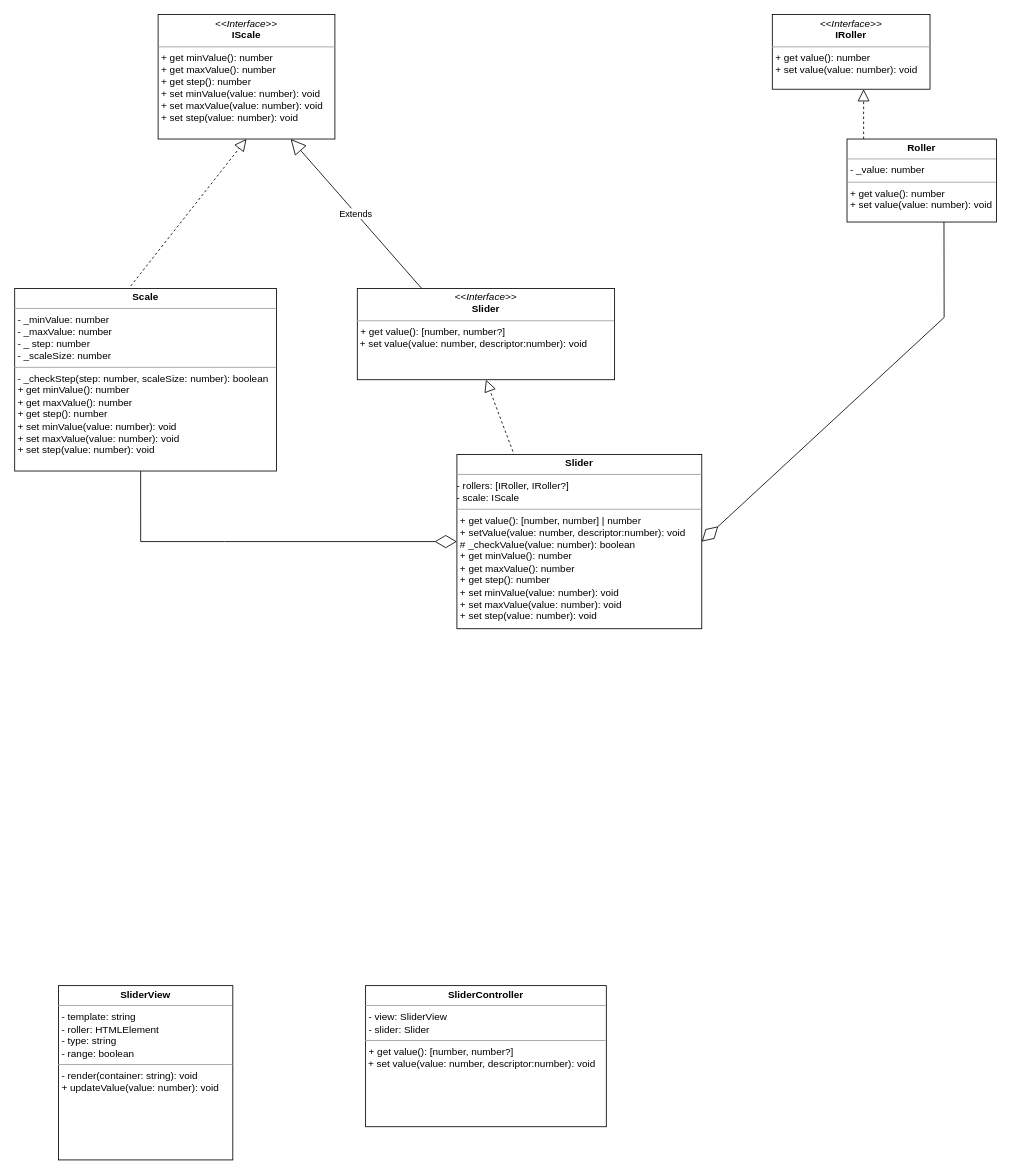
This is documentation/uml-diagram.variant 2.drawio from AlexandrDyomin/range-slider-plugin, a draw.io file, before an edit. Source tidied: cells renumbered, new cells numbered last; positions are measured from the earlier drawing's top-left corner, leaving out a move shared by most shapes. Both pictures are drawn from the tidied source at 83%, with x=0, y=0 at pixel (14, 14).
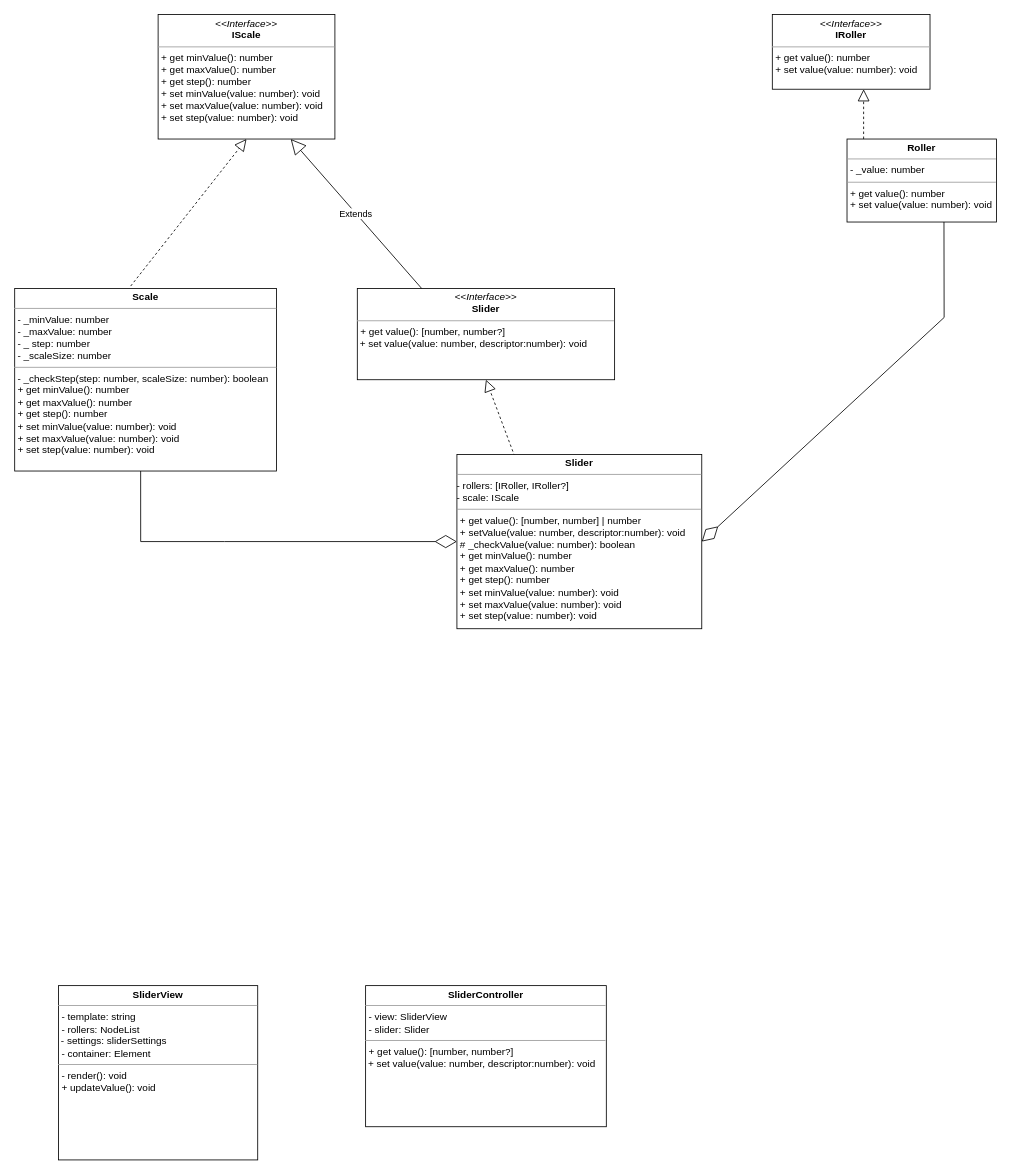
The same diagram, later.

Commit message:
Правка диаграммы

Diff of the diagram source:
```diff
@@
 <mxGraphModel>
   <root>
     <mxCell id="0" />
     <mxCell id="1" parent="0" />
     <mxCell id="2" value="&lt;p style=&quot;margin: 0px ; margin-top: 4px ; text-align: center&quot;&gt;&lt;i&gt;&amp;lt;&amp;lt;Interface&amp;gt;&amp;gt;&lt;/i&gt;&lt;br&gt;&lt;b&gt;IRoller&lt;/b&gt;&lt;/p&gt;&lt;hr size=&quot;1&quot;&gt;&lt;p style=&quot;margin: 0px ; margin-left: 4px&quot;&gt;&lt;span&gt;+ get value(): number&lt;/span&gt;&lt;br&gt;&lt;/p&gt;&lt;p style=&quot;margin: 0px 0px 0px 4px&quot;&gt;+ set value(value: number): void&lt;/p&gt;" style="verticalAlign=top;align=left;overflow=fill;fontSize=12;fontFamily=Helvetica;html=1;" parent="1" vertex="1">
       <mxGeometry x="913" width="190" height="90" as="geometry" />
     </mxCell>
     <mxCell id="3" value="&lt;p style=&quot;margin: 0px ; margin-top: 4px ; text-align: center&quot;&gt;&lt;i&gt;&amp;lt;&amp;lt;Interface&amp;gt;&amp;gt;&lt;/i&gt;&lt;br&gt;&lt;b&gt;IScale&lt;/b&gt;&lt;/p&gt;&lt;hr size=&quot;1&quot;&gt;&lt;p style=&quot;margin: 0px ; margin-left: 4px&quot;&gt;&lt;/p&gt;&lt;p style=&quot;margin: 0px ; margin-left: 4px&quot;&gt;+ get minValue(): number&lt;/p&gt;&lt;p style=&quot;margin: 0px ; margin-left: 4px&quot;&gt;+ get maxValue(): number&lt;br&gt;&lt;/p&gt;&lt;p style=&quot;margin: 0px ; margin-left: 4px&quot;&gt;+ get step(): number&lt;br&gt;&lt;/p&gt;&lt;p style=&quot;margin: 0px ; margin-left: 4px&quot;&gt;+ set minValue(value: number): void&lt;/p&gt;&lt;p style=&quot;margin: 0px ; margin-left: 4px&quot;&gt;+ set maxValue(value: number): void&lt;br&gt;&lt;/p&gt;&lt;p style=&quot;margin: 0px ; margin-left: 4px&quot;&gt;+ set step(value: number): void&lt;br&gt;&lt;/p&gt;" style="verticalAlign=top;align=left;overflow=fill;fontSize=12;fontFamily=Helvetica;html=1;" parent="1" vertex="1">
       <mxGeometry x="173" width="213" height="150" as="geometry" />
     </mxCell>
     <mxCell id="4" value="&lt;p style=&quot;margin: 0px ; margin-top: 4px ; text-align: center&quot;&gt;&lt;i&gt;&amp;lt;&amp;lt;Interface&amp;gt;&amp;gt;&lt;/i&gt;&lt;br&gt;&lt;b&gt;Slider&lt;/b&gt;&lt;/p&gt;&lt;hr size=&quot;1&quot;&gt;&lt;p style=&quot;margin: 0px ; margin-left: 4px&quot;&gt;+ get value(): [number, number?]&lt;/p&gt;&amp;nbsp;+ set value(value: number, descriptor:number): void" style="verticalAlign=top;align=left;overflow=fill;fontSize=12;fontFamily=Helvetica;html=1;" parent="1" vertex="1">
       <mxGeometry x="413" y="330" width="310" height="110" as="geometry" />
     </mxCell>
     <mxCell id="5" style="endArrow=block;dashed=1;endFill=0;endSize=12;html=1;rounded=0;exitX=0.5;exitY=1;exitDx=0;exitDy=0;entryX=0.5;entryY=1;entryDx=0;entryDy=0;" parent="1" edge="1" source="14" target="4">
       <mxGeometry relative="1" as="geometry" />
     </mxCell>
     <mxCell id="6" value="&lt;p style=&quot;margin: 0px ; margin-top: 4px ; text-align: center&quot;&gt;&lt;b&gt;Roller&lt;/b&gt;&lt;/p&gt;&lt;hr size=&quot;1&quot;&gt;&lt;p style=&quot;margin: 0px ; margin-left: 4px&quot;&gt;- _value: number&lt;/p&gt;&lt;hr size=&quot;1&quot;&gt;&lt;p style=&quot;margin: 0px ; margin-left: 4px&quot;&gt;+ get value(): number&lt;/p&gt;&lt;p style=&quot;margin: 0px ; margin-left: 4px&quot;&gt;+ set value(value: number): void&lt;/p&gt;" style="verticalAlign=top;align=left;overflow=fill;fontSize=12;fontFamily=Helvetica;html=1;" parent="1" vertex="1">
       <mxGeometry x="1003" y="150" width="180" height="100" as="geometry" />
     </mxCell>
     <mxCell id="7" value="&lt;p style=&quot;margin: 0px ; margin-top: 4px ; text-align: center&quot;&gt;&lt;b&gt;Scale&lt;/b&gt;&lt;/p&gt;&lt;hr size=&quot;1&quot;&gt;&lt;p style=&quot;margin: 0px ; margin-left: 4px&quot;&gt;- _minValue: number&lt;/p&gt;&lt;p style=&quot;margin: 0px ; margin-left: 4px&quot;&gt;- _maxValue: number&lt;/p&gt;&lt;p style=&quot;margin: 0px ; margin-left: 4px&quot;&gt;- _ step: number&lt;/p&gt;&lt;p style=&quot;margin: 0px ; margin-left: 4px&quot;&gt;- _scaleSize: number&lt;/p&gt;&lt;hr size=&quot;1&quot;&gt;&lt;p style=&quot;margin: 0px 0px 0px 4px&quot;&gt;- _checkStep(step: number, scaleSize: number): boolean&lt;/p&gt;&lt;p style=&quot;margin: 0px 0px 0px 4px&quot;&gt;+ get minValue(): number&lt;/p&gt;&lt;p style=&quot;margin: 0px 0px 0px 4px&quot;&gt;+ get maxValue(): number&lt;br&gt;&lt;/p&gt;&lt;p style=&quot;margin: 0px 0px 0px 4px&quot;&gt;+ get step(): number&lt;br&gt;&lt;/p&gt;&lt;p style=&quot;margin: 0px 0px 0px 4px&quot;&gt;+ set minValue(value: number): void&lt;/p&gt;&lt;p style=&quot;margin: 0px 0px 0px 4px&quot;&gt;+ set maxValue(value: number): void&lt;br&gt;&lt;/p&gt;&lt;p style=&quot;margin: 0px 0px 0px 4px&quot;&gt;+ set step(value: number): void&lt;/p&gt;" style="verticalAlign=top;align=left;overflow=fill;fontSize=12;fontFamily=Helvetica;html=1;" parent="1" vertex="1">
       <mxGeometry x="0.2" y="330" width="315.5" height="220" as="geometry" />
     </mxCell>
     <mxCell id="8" style="endArrow=block;dashed=1;endFill=0;endSize=12;html=1;rounded=0;" parent="1" edge="1">
       <mxGeometry relative="1" as="geometry">
         <mxPoint x="1023" y="150" as="sourcePoint" />
         <mxPoint x="1023" y="90" as="targetPoint" />
       </mxGeometry>
     </mxCell>
     <mxCell id="9" style="endArrow=block;dashed=1;endFill=0;endSize=12;html=1;rounded=0;exitX=0.443;exitY=-0.013;exitDx=0;exitDy=0;entryX=0.5;entryY=1;entryDx=0;entryDy=0;exitPerimeter=0;" parent="1" edge="1" source="7" target="3">
       <mxGeometry relative="1" as="geometry" />
     </mxCell>
     <mxCell id="10" style="endArrow=diamondThin;endFill=0;endSize=24;html=1;rounded=0;entryX=1;entryY=0.5;entryDx=0;entryDy=0;exitX=0.649;exitY=1;exitDx=0;exitDy=0;exitPerimeter=0;" parent="1" edge="1" source="6" target="14">
       <mxGeometry relative="1" as="geometry">
         <Array as="points">
           <mxPoint x="1120" y="365" />
         </Array>
       </mxGeometry>
     </mxCell>
     <mxCell id="11" style="endArrow=diamondThin;endFill=0;endSize=24;html=1;rounded=0;entryX=0;entryY=0.5;entryDx=0;entryDy=0;exitX=0.481;exitY=1;exitDx=0;exitDy=0;exitPerimeter=0;" parent="1" edge="1" source="7" target="14">
       <mxGeometry relative="1" as="geometry">
         <Array as="points">
           <mxPoint x="152" y="635" />
           <mxPoint x="253" y="635" />
         </Array>
       </mxGeometry>
     </mxCell>
-    <mxCell id="12" value="&lt;p style=&quot;margin: 0px ; margin-top: 4px ; text-align: center&quot;&gt;&lt;b&gt;SliderView&lt;/b&gt;&lt;/p&gt;&lt;hr size=&quot;1&quot;&gt;&lt;p style=&quot;margin: 0px ; margin-left: 4px&quot;&gt;- template: string&lt;/p&gt;&lt;p style=&quot;margin: 0px 0px 0px 4px&quot;&gt;- roller: HTMLElement&lt;br&gt;&lt;/p&gt;&lt;p style=&quot;margin: 0px 0px 0px 4px&quot;&gt;- type: string&lt;/p&gt;&lt;p style=&quot;margin: 0px 0px 0px 4px&quot;&gt;- range: boolean&lt;br&gt;&lt;/p&gt;&lt;hr size=&quot;1&quot;&gt;&lt;p style=&quot;margin: 0px ; margin-left: 4px&quot;&gt;- render(container: string): void&lt;/p&gt;&lt;p style=&quot;margin: 0px ; margin-left: 4px&quot;&gt;+ updateValue(value: number): void&lt;/p&gt;" style="verticalAlign=top;align=left;overflow=fill;fontSize=12;fontFamily=Helvetica;html=1;" parent="1" vertex="1">
-      <mxGeometry x="53" y="1170" width="210" height="210" as="geometry" />
+    <mxCell id="12" value="&lt;p style=&quot;margin: 0px ; margin-top: 4px ; text-align: center&quot;&gt;&lt;b&gt;SliderView&lt;/b&gt;&lt;/p&gt;&lt;hr size=&quot;1&quot;&gt;&lt;p style=&quot;margin: 0px ; margin-left: 4px&quot;&gt;- template: string&lt;/p&gt;&lt;p style=&quot;margin: 0px 0px 0px 4px&quot;&gt;- rollers: NodeList&lt;br&gt;&lt;/p&gt;&amp;nbsp;- settings: sliderSettings&lt;br&gt;&lt;p style=&quot;margin: 0px 0px 0px 4px&quot;&gt;- container: Element&lt;br&gt;&lt;/p&gt;&lt;hr size=&quot;1&quot;&gt;&lt;p style=&quot;margin: 0px ; margin-left: 4px&quot;&gt;- render(): void&lt;/p&gt;&lt;p style=&quot;margin: 0px ; margin-left: 4px&quot;&gt;+ updateValue(): void&lt;/p&gt;" style="verticalAlign=top;align=left;overflow=fill;fontSize=12;fontFamily=Helvetica;html=1;" parent="1" vertex="1">
+      <mxGeometry x="53" y="1170" width="240" height="210" as="geometry" />
     </mxCell>
     <mxCell id="13" value="&lt;p style=&quot;margin: 0px ; margin-top: 4px ; text-align: center&quot;&gt;&lt;b&gt;SliderController&lt;/b&gt;&lt;/p&gt;&lt;hr size=&quot;1&quot;&gt;&lt;p style=&quot;margin: 0px ; margin-left: 4px&quot;&gt;- view: SliderView&lt;/p&gt;&lt;p style=&quot;margin: 0px ; margin-left: 4px&quot;&gt;- slider: Slider&lt;/p&gt;&lt;hr size=&quot;1&quot;&gt;&lt;p style=&quot;margin: 0px ; margin-left: 4px&quot;&gt;+ get value(): [number, number?]&lt;/p&gt;&amp;nbsp;+ set value(value: number, descriptor:number): void" style="verticalAlign=top;align=left;overflow=fill;fontSize=12;fontFamily=Helvetica;html=1;" parent="1" vertex="1">
       <mxGeometry x="423" y="1170" width="290" height="170" as="geometry" />
     </mxCell>
     <mxCell id="14" value="&lt;p style=&quot;margin: 0px ; margin-top: 4px ; text-align: center&quot;&gt;&lt;b&gt;Slider&lt;/b&gt;&lt;/p&gt;&lt;hr size=&quot;1&quot;&gt;&lt;div&gt;- rollers: [IRoller, IRoller?]&lt;/div&gt;&lt;div&gt;- scale: IScale&lt;/div&gt;&lt;hr size=&quot;1&quot;&gt;&lt;p style=&quot;margin: 0px ; margin-left: 4px&quot;&gt;+ get value(): [number, number] | number&lt;br&gt;&lt;/p&gt;&lt;p style=&quot;margin: 0px ; margin-left: 4px&quot;&gt;+ setValue(value: number, descriptor:number): void&lt;/p&gt;&lt;p style=&quot;margin: 0px 0px 0px 4px&quot;&gt;# _checkValue(value: number): boolean&lt;/p&gt;&lt;p style=&quot;margin: 0px 0px 0px 4px&quot;&gt;+ get minValue(): number&lt;/p&gt;&lt;p style=&quot;margin: 0px 0px 0px 4px&quot;&gt;+ get maxValue(): number&lt;br&gt;&lt;/p&gt;&lt;p style=&quot;margin: 0px 0px 0px 4px&quot;&gt;+ get step(): number&lt;br&gt;&lt;/p&gt;&lt;p style=&quot;margin: 0px 0px 0px 4px&quot;&gt;+ set minValue(value: number): void&lt;/p&gt;&lt;p style=&quot;margin: 0px 0px 0px 4px&quot;&gt;+ set maxValue(value: number): void&lt;br&gt;&lt;/p&gt;&lt;p style=&quot;margin: 0px 0px 0px 4px&quot;&gt;+ set step(value: number): void&lt;/p&gt;" style="verticalAlign=top;align=left;overflow=fill;fontSize=12;fontFamily=Helvetica;html=1;" parent="1" vertex="1">
       <mxGeometry x="533" y="530" width="295" height="210" as="geometry" />
     </mxCell>
     <mxCell id="15" value="Extends" style="endArrow=block;endSize=16;endFill=0;html=1;rounded=0;exitX=0.25;exitY=0;exitDx=0;exitDy=0;entryX=0.75;entryY=1;entryDx=0;entryDy=0;" parent="1" edge="1" source="4" target="3">
       <mxGeometry relative="1" as="geometry" />
     </mxCell>
   </root>
 </mxGraphModel>
```
